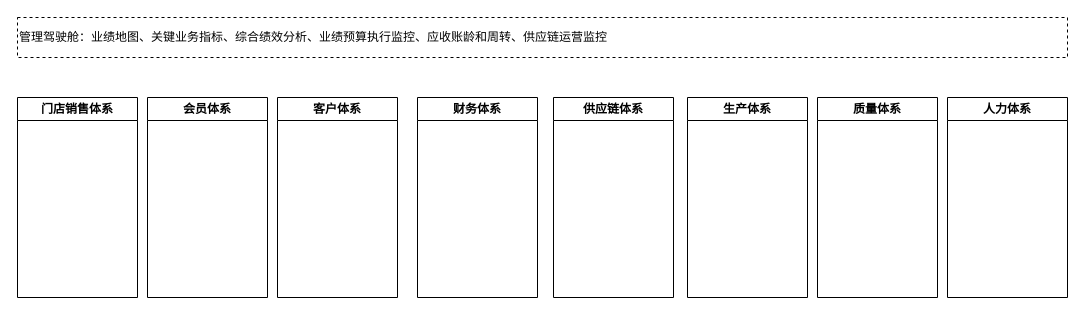
This is zym-报表&BI架构.drawio from ztacode/drawio, a draw.io file, before an edit. Source tidied: cells renumbered, new cells numbered last; positions are measured from the earlier drawing's top-left corner, leaving out a move shared by most shapes. Both pictures are drawn from the tidied source at 100%, with x=0, y=0 at pixel (17, 17).
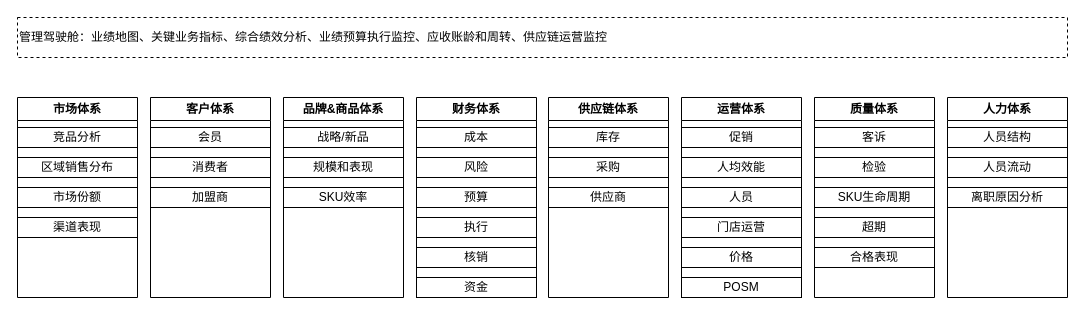
After the change.

Commit message (it also covers changes not shown here):
更新zym-报表&BI架构.drawio

The change refers to these unchanged cells:
```xml
<mxCell id="10" value="人力体系" style="swimlane;whiteSpace=wrap;html=1;" parent="1" vertex="1">
  <mxGeometry x="930" y="80" width="120" height="200" as="geometry" />
</mxCell>
```

The edit, as a diff of the source:
```diff
@@
-    <mxCell id="2" value="门店销售体系" style="swimlane;whiteSpace=wrap;html=1;" parent="1" vertex="1">
+    <mxCell id="2" value="市场体系" style="swimlane;whiteSpace=wrap;html=1;" parent="1" vertex="1">
       <mxGeometry y="80" width="120" height="200" as="geometry" />
     </mxCell>
+    <mxCell id="11" value="竞品分析" style="whiteSpace=wrap;html=1;" parent="2" vertex="1">
+      <mxGeometry y="30" width="120" height="20" as="geometry" />
+    </mxCell>
+    <mxCell id="12" value="区域销售分布" style="whiteSpace=wrap;html=1;" parent="2" vertex="1">
+      <mxGeometry y="60" width="120" height="20" as="geometry" />
+    </mxCell>
+    <mxCell id="13" value="市场份额" style="whiteSpace=wrap;html=1;" parent="2" vertex="1">
+      <mxGeometry y="90" width="120" height="20" as="geometry" />
+    </mxCell>
+    <mxCell id="14" value="渠道表现" style="whiteSpace=wrap;html=1;" parent="2" vertex="1">
+      <mxGeometry y="120" width="120" height="20" as="geometry" />
+    </mxCell>
     <mxCell id="3" value="财务体系" style="swimlane;whiteSpace=wrap;html=1;" parent="1" vertex="1">
-      <mxGeometry x="400" y="80" width="120" height="200" as="geometry" />
+      <mxGeometry x="399" y="80" width="120" height="200" as="geometry" />
     </mxCell>
+    <mxCell id="15" value="成本" style="whiteSpace=wrap;html=1;" parent="3" vertex="1">
+      <mxGeometry y="30" width="120" height="20" as="geometry" />
+    </mxCell>
+    <mxCell id="16" value="风险" style="whiteSpace=wrap;html=1;" parent="3" vertex="1">
+      <mxGeometry y="60" width="120" height="20" as="geometry" />
+    </mxCell>
+    <mxCell id="17" value="预算" style="whiteSpace=wrap;html=1;" parent="3" vertex="1">
+      <mxGeometry y="90" width="120" height="20" as="geometry" />
+    </mxCell>
+    <mxCell id="18" value="执行" style="whiteSpace=wrap;html=1;" parent="3" vertex="1">
+      <mxGeometry y="120" width="120" height="20" as="geometry" />
+    </mxCell>
+    <mxCell id="19" value="核销" style="whiteSpace=wrap;html=1;" parent="3" vertex="1">
+      <mxGeometry y="150" width="120" height="20" as="geometry" />
+    </mxCell>
+    <mxCell id="20" value="资金" style="whiteSpace=wrap;html=1;" parent="3" vertex="1">
+      <mxGeometry y="180" width="120" height="20" as="geometry" />
+    </mxCell>
-    <mxCell id="4" value="会员体系" style="swimlane;whiteSpace=wrap;html=1;" parent="1" vertex="1">
-      <mxGeometry x="130" y="80" width="120" height="200" as="geometry" />
+    <mxCell id="4" value="客户体系" style="swimlane;whiteSpace=wrap;html=1;" parent="1" vertex="1">
+      <mxGeometry x="133" y="80" width="120" height="200" as="geometry" />
     </mxCell>
+    <mxCell id="21" value="会员" style="whiteSpace=wrap;html=1;" parent="4" vertex="1">
+      <mxGeometry y="30" width="120" height="20" as="geometry" />
+    </mxCell>
+    <mxCell id="22" value="消费者" style="whiteSpace=wrap;html=1;" parent="4" vertex="1">
+      <mxGeometry y="60" width="120" height="20" as="geometry" />
+    </mxCell>
+    <mxCell id="23" value="加盟商" style="whiteSpace=wrap;html=1;" parent="4" vertex="1">
+      <mxGeometry y="90" width="120" height="20" as="geometry" />
+    </mxCell>
-    <mxCell id="5" value="客户体系" style="swimlane;whiteSpace=wrap;html=1;" parent="1" vertex="1">
-      <mxGeometry x="260" y="80" width="120" height="200" as="geometry" />
+    <mxCell id="5" value="品牌&amp;amp;商品体系" style="swimlane;whiteSpace=wrap;html=1;" parent="1" vertex="1">
+      <mxGeometry x="266" y="80" width="120" height="200" as="geometry" />
     </mxCell>
+    <mxCell id="24" value="战略/新品" style="whiteSpace=wrap;html=1;" parent="5" vertex="1">
+      <mxGeometry y="30" width="120" height="20" as="geometry" />
+    </mxCell>
+    <mxCell id="25" value="规模和表现" style="whiteSpace=wrap;html=1;" parent="5" vertex="1">
+      <mxGeometry y="60" width="120" height="20" as="geometry" />
+    </mxCell>
+    <mxCell id="26" value="SKU效率" style="whiteSpace=wrap;html=1;" parent="5" vertex="1">
+      <mxGeometry y="90" width="120" height="20" as="geometry" />
+    </mxCell>
     <mxCell id="6" value="供应链体系" style="swimlane;whiteSpace=wrap;html=1;" parent="1" vertex="1">
-      <mxGeometry x="536" y="80" width="120" height="200" as="geometry" />
+      <mxGeometry x="531" y="80" width="120" height="200" as="geometry" />
     </mxCell>
+    <mxCell id="27" value="库存" style="whiteSpace=wrap;html=1;" parent="6" vertex="1">
+      <mxGeometry y="30" width="120" height="20" as="geometry" />
+    </mxCell>
+    <mxCell id="28" value="采购" style="whiteSpace=wrap;html=1;" parent="6" vertex="1">
+      <mxGeometry y="60" width="120" height="20" as="geometry" />
+    </mxCell>
+    <mxCell id="29" value="供应商" style="whiteSpace=wrap;html=1;" parent="6" vertex="1">
+      <mxGeometry y="90" width="120" height="20" as="geometry" />
+    </mxCell>
-    <mxCell id="7" value="生产体系" style="swimlane;whiteSpace=wrap;html=1;" parent="1" vertex="1">
-      <mxGeometry x="670" y="80" width="120" height="200" as="geometry" />
+    <mxCell id="7" value="运营体系" style="swimlane;whiteSpace=wrap;html=1;" parent="1" vertex="1">
+      <mxGeometry x="664" y="80" width="120" height="200" as="geometry" />
     </mxCell>
+    <mxCell id="30" value="促销" style="whiteSpace=wrap;html=1;" parent="7" vertex="1">
+      <mxGeometry y="30" width="120" height="20" as="geometry" />
+    </mxCell>
+    <mxCell id="31" value="人均效能" style="whiteSpace=wrap;html=1;" parent="7" vertex="1">
+      <mxGeometry y="60" width="120" height="20" as="geometry" />
+    </mxCell>
+    <mxCell id="32" value="人员" style="whiteSpace=wrap;html=1;" parent="7" vertex="1">
+      <mxGeometry y="90" width="120" height="20" as="geometry" />
+    </mxCell>
+    <mxCell id="33" value="门店运营" style="whiteSpace=wrap;html=1;" parent="7" vertex="1">
+      <mxGeometry y="120" width="120" height="20" as="geometry" />
+    </mxCell>
+    <mxCell id="34" value="价格" style="whiteSpace=wrap;html=1;" parent="7" vertex="1">
+      <mxGeometry y="150" width="120" height="20" as="geometry" />
+    </mxCell>
+    <mxCell id="35" value="POSM" style="whiteSpace=wrap;html=1;" parent="7" vertex="1">
+      <mxGeometry y="180" width="120" height="20" as="geometry" />
+    </mxCell>
@@
     <mxCell id="9" value="质量体系" style="swimlane;whiteSpace=wrap;html=1;" parent="1" vertex="1">
-      <mxGeometry x="800" y="80" width="120" height="200" as="geometry" />
+      <mxGeometry x="797" y="80" width="120" height="200" as="geometry" />
     </mxCell>
+    <mxCell id="36" value="客诉" style="whiteSpace=wrap;html=1;" parent="9" vertex="1">
+      <mxGeometry y="30" width="120" height="20" as="geometry" />
+    </mxCell>
+    <mxCell id="37" value="检验" style="whiteSpace=wrap;html=1;" parent="9" vertex="1">
+      <mxGeometry y="60" width="120" height="20" as="geometry" />
+    </mxCell>
+    <mxCell id="38" value="SKU生命周期" style="whiteSpace=wrap;html=1;" parent="9" vertex="1">
+      <mxGeometry y="90" width="120" height="20" as="geometry" />
+    </mxCell>
+    <mxCell id="39" value="超期" style="whiteSpace=wrap;html=1;" parent="9" vertex="1">
+      <mxGeometry y="120" width="120" height="20" as="geometry" />
+    </mxCell>
+    <mxCell id="40" value="合格表现" style="whiteSpace=wrap;html=1;" parent="9" vertex="1">
+      <mxGeometry y="150" width="120" height="20" as="geometry" />
+    </mxCell>
@@
+    <mxCell id="41" value="人员结构" style="whiteSpace=wrap;html=1;" parent="10" vertex="1">
+      <mxGeometry y="30" width="120" height="20" as="geometry" />
+    </mxCell>
+    <mxCell id="42" value="人员流动" style="whiteSpace=wrap;html=1;" parent="10" vertex="1">
+      <mxGeometry y="60" width="120" height="20" as="geometry" />
+    </mxCell>
+    <mxCell id="43" value="离职原因分析" style="whiteSpace=wrap;html=1;" parent="10" vertex="1">
+      <mxGeometry y="90" width="120" height="20" as="geometry" />
+    </mxCell>
```
